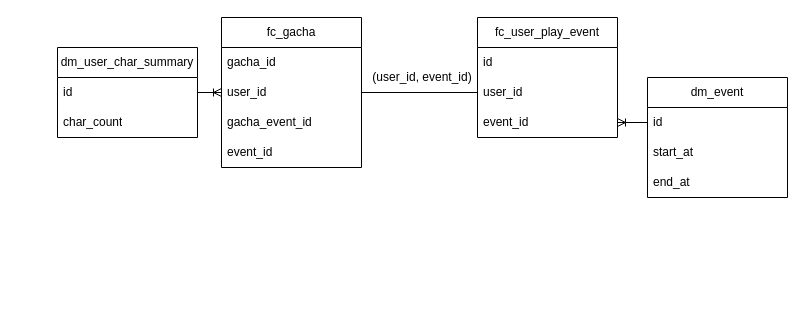
The draw.io diagram docs/dbt-gacha02.drawio in MokkeMeguru/dbt-challenge, before the edit. Source tidied: cells renumbered, new cells numbered last; positions are measured from the earlier drawing's top-left corner, leaving out a move shared by most shapes. Both pictures are drawn from the tidied source at 100%, with x=0, y=0 at pixel (57, 17).
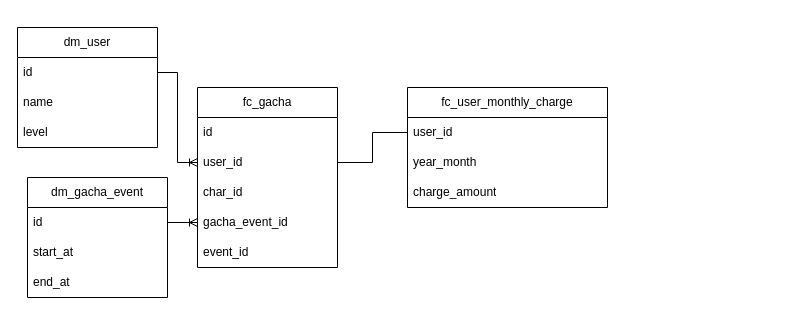
After the change.

Commit message (it also covers changes not shown here):
dbt-gacha02.drawio を更新します

Unchanged cells that the change refers to:
```xml
<mxCell id="4" value="user_id" style="text;strokeColor=none;fillColor=none;align=left;verticalAlign=middle;spacingLeft=4;spacingRight=4;overflow=hidden;points=[[0,0.5],[1,0.5]];portConstraint=eastwest;whiteSpace=wrap;html=1;" parent="2" vertex="1">
  <mxGeometry y="60" width="140" height="30" as="geometry" />
</mxCell>
```

The edit, as a diff of the source:
```diff
@@
     <mxCell id="2" value="fc_gacha" style="swimlane;fontStyle=0;horizontal=1;startSize=30;whiteSpace=wrap;html=1;" parent="1" vertex="1">
-      <mxGeometry x="164" width="140" height="150" as="geometry" />
+      <mxGeometry x="140" y="70" width="140" height="180" as="geometry" />
     </mxCell>
-    <mxCell id="3" value="gacha_id" style="text;strokeColor=none;fillColor=none;align=left;verticalAlign=middle;spacingLeft=4;spacingRight=4;overflow=hidden;whiteSpace=wrap;html=1;" parent="2" vertex="1">
+    <mxCell id="3" value="id" style="text;strokeColor=none;fillColor=none;align=left;verticalAlign=middle;spacingLeft=4;spacingRight=4;overflow=hidden;whiteSpace=wrap;html=1;" parent="2" vertex="1">
       <mxGeometry y="30" width="140" height="30" as="geometry" />
     </mxCell>
@@
+    <mxCell id="22" value="char_id" style="text;strokeColor=none;fillColor=none;align=left;verticalAlign=middle;spacingLeft=4;spacingRight=4;overflow=hidden;whiteSpace=wrap;html=1;" parent="2" vertex="1">
+      <mxGeometry y="90" width="140" height="30" as="geometry" />
+    </mxCell>
     <mxCell id="5" value="gacha_event_id" style="text;strokeColor=none;fillColor=none;align=left;verticalAlign=middle;spacingLeft=4;spacingRight=4;overflow=hidden;points=[[0,0.5],[1,0.5]];portConstraint=eastwest;whiteSpace=wrap;html=1;" parent="2" vertex="1">
-      <mxGeometry y="90" width="140" height="30" as="geometry" />
+      <mxGeometry y="120" width="140" height="30" as="geometry" />
     </mxCell>
     <mxCell id="6" value="event_id" style="text;strokeColor=none;fillColor=none;align=left;verticalAlign=middle;spacingLeft=4;spacingRight=4;overflow=hidden;whiteSpace=wrap;html=1;" parent="2" vertex="1">
-      <mxGeometry y="120" width="140" height="30" as="geometry" />
+      <mxGeometry y="150" width="140" height="30" as="geometry" />
     </mxCell>
-    <mxCell id="7" value="fc_user_play_event" style="swimlane;fontStyle=0;horizontal=1;startSize=30;whiteSpace=wrap;html=1;" parent="1" vertex="1">
-      <mxGeometry x="420" width="140" height="120" as="geometry" />
+    <mxCell id="7" value="fc_user_monthly_charge" style="swimlane;fontStyle=0;horizontal=1;startSize=30;whiteSpace=wrap;html=1;" parent="1" vertex="1">
+      <mxGeometry x="350" y="70" width="200" height="120" as="geometry" />
     </mxCell>
-    <mxCell id="8" value="id" style="text;strokeColor=none;fillColor=none;align=left;verticalAlign=middle;spacingLeft=4;spacingRight=4;overflow=hidden;whiteSpace=wrap;html=1;" parent="7" vertex="1">
-      <mxGeometry y="30" width="140" height="30" as="geometry" />
-    </mxCell>
     <mxCell id="9" value="user_id" style="text;strokeColor=none;fillColor=none;align=left;verticalAlign=middle;spacingLeft=4;spacingRight=4;overflow=hidden;points=[[0,0.5],[1,0.5]];portConstraint=eastwest;whiteSpace=wrap;html=1;" parent="7" vertex="1">
-      <mxGeometry y="60" width="140" height="30" as="geometry" />
+      <mxGeometry y="30" width="200" height="30" as="geometry" />
     </mxCell>
-    <mxCell id="10" value="event_id" style="text;strokeColor=none;fillColor=none;align=left;verticalAlign=middle;spacingLeft=4;spacingRight=4;overflow=hidden;points=[[0,0.5],[1,0.5]];portConstraint=eastwest;whiteSpace=wrap;html=1;" parent="7" vertex="1">
-      <mxGeometry y="90" width="140" height="30" as="geometry" />
-    </mxCell>
-    <mxCell id="11" value="dm_user_char_summary" style="swimlane;fontStyle=0;horizontal=1;startSize=30;whiteSpace=wrap;html=1;" parent="1" vertex="1">
-      <mxGeometry y="30" width="140" height="90" as="geometry" />
-    </mxCell>
-    <mxCell id="12" value="id" style="text;strokeColor=none;fillColor=none;align=left;verticalAlign=middle;spacingLeft=4;spacingRight=4;overflow=hidden;points=[[0,0.5],[1,0.5]];portConstraint=eastwest;whiteSpace=wrap;html=1;" parent="11" vertex="1">
-      <mxGeometry y="30" width="140" height="30" as="geometry" />
-    </mxCell>
-    <mxCell id="13" value="char_count" style="text;strokeColor=none;fillColor=none;align=left;verticalAlign=middle;spacingLeft=4;spacingRight=4;overflow=hidden;whiteSpace=wrap;html=1;" parent="11" vertex="1">
-      <mxGeometry y="60" width="140" height="30" as="geometry" />
-    </mxCell>
-    <mxCell id="14" style="edgeStyle=orthogonalEdgeStyle;rounded=0;jettySize=auto;html=1;exitX=1;exitY=0.5;exitDx=0;exitDy=0;entryX=0;entryY=0.5;entryDx=0;entryDy=0;endArrow=ERoneToMany;endFill=0;" parent="1" edge="1" source="12" target="4">
-      <mxGeometry relative="1" as="geometry" />
-    </mxCell>
+    <mxCell id="23" value="year_month" style="text;strokeColor=none;fillColor=none;align=left;verticalAlign=middle;spacingLeft=4;spacingRight=4;overflow=hidden;whiteSpace=wrap;html=1;" parent="7" vertex="1">
+      <mxGeometry y="60" width="200" height="30" as="geometry" />
+    </mxCell>
+    <mxCell id="24" value="charge_amount" style="text;strokeColor=none;fillColor=none;align=left;verticalAlign=middle;spacingLeft=4;spacingRight=4;overflow=hidden;whiteSpace=wrap;html=1;" parent="7" vertex="1">
+      <mxGeometry y="90" width="200" height="30" as="geometry" />
+    </mxCell>
-    <mxCell id="15" style="endArrow=none;html=1;rounded=0;entryX=0;entryY=0.5;entryDx=0;entryDy=0;exitX=1;exitY=0.5;exitDx=0;exitDy=0;" parent="1" edge="1" source="4" target="9">
+    <mxCell id="15" style="edgeStyle=orthogonalEdgeStyle;rounded=0;jettySize=auto;html=1;exitX=1;exitY=0.5;exitDx=0;exitDy=0;entryX=0;entryY=0.5;entryDx=0;entryDy=0;endArrow=none;endFill=0;" parent="1" edge="1" source="4" target="9">
       <mxGeometry relative="1" as="geometry" />
     </mxCell>
-    <mxCell id="16" value="(user_id, event_id)" style="text;html=1;strokeColor=none;fillColor=none;align=center;verticalAlign=middle;whiteSpace=wrap;rounded=0;" parent="1" vertex="1">
-      <mxGeometry x="300" y="45" width="130" height="30" as="geometry" />
-    </mxCell>
-    <mxCell id="17" value="dm_event" style="swimlane;fontStyle=0;horizontal=1;startSize=30;whiteSpace=wrap;html=1;" parent="1" vertex="1">
-      <mxGeometry x="590" y="60" width="140" height="120" as="geometry" />
-    </mxCell>
-    <mxCell id="18" value="id" style="text;strokeColor=none;fillColor=none;align=left;verticalAlign=middle;spacingLeft=4;spacingRight=4;overflow=hidden;points=[[0,0.5],[1,0.5]];portConstraint=eastwest;whiteSpace=wrap;html=1;" parent="17" vertex="1">
-      <mxGeometry y="30" width="140" height="30" as="geometry" />
-    </mxCell>
+    <mxCell id="25" value="dm_gacha_event" style="swimlane;fontStyle=0;horizontal=1;startSize=30;whiteSpace=wrap;html=1;" parent="1" vertex="1">
+      <mxGeometry x="-30" y="160" width="140" height="120" as="geometry" />
+    </mxCell>
+    <mxCell id="26" value="id" style="text;strokeColor=none;fillColor=none;align=left;verticalAlign=middle;spacingLeft=4;spacingRight=4;overflow=hidden;points=[[0,0.5],[1,0.5]];portConstraint=eastwest;whiteSpace=wrap;html=1;" parent="25" vertex="1">
+      <mxGeometry y="30" width="140" height="30" as="geometry" />
+    </mxCell>
-    <mxCell id="19" value="start_at" style="text;strokeColor=none;fillColor=none;align=left;verticalAlign=middle;spacingLeft=4;spacingRight=4;overflow=hidden;whiteSpace=wrap;html=1;" parent="17" vertex="1">
+    <mxCell id="19" value="start_at" style="text;strokeColor=none;fillColor=none;align=left;verticalAlign=middle;spacingLeft=4;spacingRight=4;overflow=hidden;whiteSpace=wrap;html=1;" parent="25" vertex="1">
       <mxGeometry y="60" width="140" height="30" as="geometry" />
     </mxCell>
-    <mxCell id="20" value="end_at" style="text;strokeColor=none;fillColor=none;align=left;verticalAlign=middle;spacingLeft=4;spacingRight=4;overflow=hidden;whiteSpace=wrap;html=1;" parent="17" vertex="1">
+    <mxCell id="20" value="end_at" style="text;strokeColor=none;fillColor=none;align=left;verticalAlign=middle;spacingLeft=4;spacingRight=4;overflow=hidden;whiteSpace=wrap;html=1;" parent="25" vertex="1">
       <mxGeometry y="90" width="140" height="30" as="geometry" />
     </mxCell>
-    <mxCell id="21" style="edgeStyle=orthogonalEdgeStyle;rounded=0;jettySize=auto;html=1;exitX=0;exitY=0.5;exitDx=0;exitDy=0;entryX=1;entryY=0.5;entryDx=0;entryDy=0;endArrow=ERoneToMany;endFill=0;" parent="1" edge="1" source="18" target="10">
-      <mxGeometry relative="1" as="geometry" />
-    </mxCell>
+    <mxCell id="27" style="edgeStyle=orthogonalEdgeStyle;rounded=0;jettySize=auto;html=1;exitX=1;exitY=0.5;exitDx=0;exitDy=0;entryX=0;entryY=0.5;entryDx=0;entryDy=0;endArrow=ERoneToMany;endFill=0;" parent="1" edge="1" source="26" target="5">
+      <mxGeometry relative="1" as="geometry" />
+    </mxCell>
+    <mxCell id="28" value="dm_user" style="swimlane;fontStyle=0;horizontal=1;startSize=30;whiteSpace=wrap;html=1;" parent="1" vertex="1">
+      <mxGeometry x="-40" y="10" width="140" height="120" as="geometry" />
+    </mxCell>
+    <mxCell id="29" value="id" style="text;strokeColor=none;fillColor=none;align=left;verticalAlign=middle;spacingLeft=4;spacingRight=4;overflow=hidden;points=[[0,0.5],[1,0.5]];portConstraint=eastwest;whiteSpace=wrap;html=1;" parent="28" vertex="1">
+      <mxGeometry y="30" width="140" height="30" as="geometry" />
+    </mxCell>
+    <mxCell id="30" value="name" style="text;strokeColor=none;fillColor=none;align=left;verticalAlign=middle;spacingLeft=4;spacingRight=4;overflow=hidden;whiteSpace=wrap;html=1;" parent="28" vertex="1">
+      <mxGeometry y="60" width="140" height="30" as="geometry" />
+    </mxCell>
+    <mxCell id="31" value="level" style="text;strokeColor=none;fillColor=none;align=left;verticalAlign=middle;spacingLeft=4;spacingRight=4;overflow=hidden;whiteSpace=wrap;html=1;" parent="28" vertex="1">
+      <mxGeometry y="90" width="140" height="30" as="geometry" />
+    </mxCell>
+    <mxCell id="32" style="edgeStyle=orthogonalEdgeStyle;rounded=0;jettySize=auto;html=1;exitX=1;exitY=0.5;exitDx=0;exitDy=0;entryX=0;entryY=0.5;entryDx=0;entryDy=0;endArrow=ERoneToMany;endFill=0;" parent="1" edge="1" source="29" target="4">
+      <mxGeometry relative="1" as="geometry" />
+    </mxCell>
```
